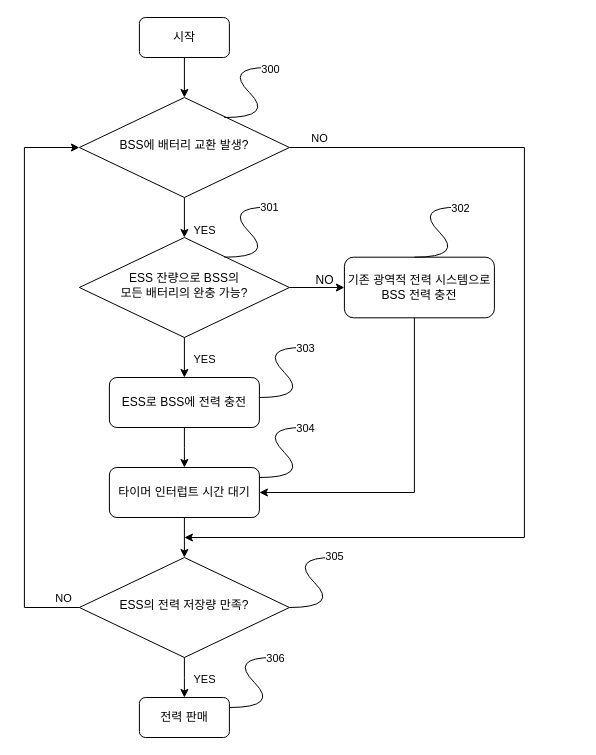
The draw.io diagram BSS-순서도.drawio in ChanY00/-, before the edit. Source tidied: cells renumbered, new cells numbered last; positions are measured from the earlier drawing's top-left corner, leaving out a move shared by most shapes. Both pictures are drawn from the tidied source at 100%, with x=0, y=0 at pixel (24, 17).
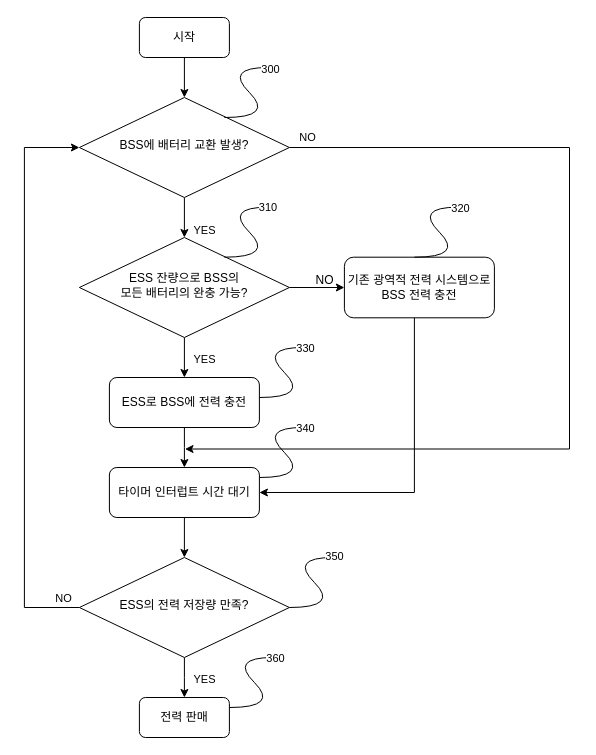
The same diagram, later.

Commit message (it also covers changes not shown here):
BSS-순서도.drawio 업데이트

The change refers to these unchanged cells:
```xml
<mxCell id="12" style="curved=1;endArrow=classic;html=1;rounded=0;" parent="1" edge="1">
  <mxGeometry relative="1" as="geometry">
    <mxPoint x="199.9" y="239.7" as="sourcePoint" />
    <mxPoint x="249.9" y="189.7" as="targetPoint" />
    <Array as="points">
      <mxPoint x="249.9" y="239.7" />
      <mxPoint x="199.9" y="189.7" />
    </Array>
  </mxGeometry>
</mxCell>
<mxCell id="14" style="curved=1;endArrow=classic;html=1;rounded=0;" parent="1" edge="1">
  <mxGeometry relative="1" as="geometry">
    <mxPoint x="389.9" y="239.7" as="sourcePoint" />
    <mxPoint x="439.9" y="189.7" as="targetPoint" />
    <Array as="points">
      <mxPoint x="439.9" y="239.7" />
      <mxPoint x="389.9" y="189.7" />
    </Array>
  </mxGeometry>
</mxCell>
<mxCell id="29" value="BSS에 배터리 교환 발생?" style="rhombus;whiteSpace=wrap;html=1;shadow=0;fontFamily=Helvetica;fontSize=12;align=center;strokeWidth=1;spacing=6;spacingTop=-4;" parent="1" vertex="1">
  <mxGeometry x="54.9" y="80" width="210" height="100" as="geometry" />
</mxCell>
<mxCell id="32" style="curved=1;endArrow=classic;html=1;rounded=0;" parent="1" edge="1">
  <mxGeometry relative="1" as="geometry">
    <mxPoint x="234.9" y="380" as="sourcePoint" />
    <mxPoint x="284.9" y="330" as="targetPoint" />
    <Array as="points">
      <mxPoint x="284.9" y="380" />
      <mxPoint x="234.9" y="330" />
    </Array>
  </mxGeometry>
</mxCell>
<mxCell id="34" style="curved=1;endArrow=classic;html=1;rounded=0;" parent="1" edge="1">
  <mxGeometry relative="1" as="geometry">
    <mxPoint x="234.9" y="460" as="sourcePoint" />
    <mxPoint x="284.9" y="410" as="targetPoint" />
    <Array as="points">
      <mxPoint x="284.9" y="460" />
      <mxPoint x="234.9" y="410" />
    </Array>
  </mxGeometry>
</mxCell>
<mxCell id="36" style="curved=1;endArrow=classic;html=1;rounded=0;" parent="1" edge="1">
  <mxGeometry relative="1" as="geometry">
    <mxPoint x="264.9" y="590" as="sourcePoint" />
    <mxPoint x="314.9" y="540" as="targetPoint" />
    <Array as="points">
      <mxPoint x="314.9" y="590" />
      <mxPoint x="264.9" y="540" />
    </Array>
  </mxGeometry>
</mxCell>
<mxCell id="38" style="curved=1;endArrow=classic;html=1;rounded=0;" parent="1" edge="1">
  <mxGeometry relative="1" as="geometry">
    <mxPoint x="204.9" y="690" as="sourcePoint" />
    <mxPoint x="254.9" y="640" as="targetPoint" />
    <Array as="points">
      <mxPoint x="254.9" y="690" />
      <mxPoint x="204.9" y="640" />
    </Array>
  </mxGeometry>
</mxCell>
```

What changed in the source:
```diff
@@
-    <mxCell id="13" value="301" style="edgeLabel;html=1;align=center;verticalAlign=middle;" parent="12" vertex="1">
+    <mxCell id="13" value="310&amp;nbsp;" style="edgeLabel;html=1;align=center;verticalAlign=middle;" parent="12" vertex="1">
       <mxGeometry x="0.93" relative="1" as="geometry" />
     </mxCell>
@@
-    <mxCell id="15" value="302" style="edgeLabel;html=1;align=center;verticalAlign=middle;" parent="14" vertex="1">
+    <mxCell id="15" value="320" style="edgeLabel;html=1;align=center;verticalAlign=middle;" parent="14" vertex="1">
       <mxGeometry x="0.95" y="-1" relative="1" as="geometry" />
     </mxCell>
@@
-    <mxCell id="27" style="edgeStyle=orthogonalEdgeStyle;rounded=0;jettySize=auto;html=1;" parent="1" edge="1" source="29">
-      <mxGeometry relative="1" as="geometry">
-        <mxPoint x="159.9" y="520" as="targetPoint" />
-        <Array as="points">
-          <mxPoint x="499.9" y="130" />
-          <mxPoint x="499.9" y="520" />
-        </Array>
-      </mxGeometry>
-    </mxCell>
+    <mxCell id="40" style="edgeStyle=orthogonalEdgeStyle;rounded=0;jettySize=auto;html=1;exitX=1;exitY=0.5;exitDx=0;exitDy=0;" parent="1" edge="1" source="29">
+      <mxGeometry relative="1" as="geometry">
+        <mxPoint x="160.5" y="431.5" as="targetPoint" />
+        <Array as="points">
+          <mxPoint x="545" y="130" />
+          <mxPoint x="545" y="432" />
+        </Array>
+      </mxGeometry>
+    </mxCell>
-    <mxCell id="28" value="NO" style="edgeLabel;html=1;align=center;verticalAlign=middle;" parent="27" vertex="1">
-      <mxGeometry x="-0.93" y="1" relative="1" as="geometry">
-        <mxPoint x="-4" y="-9" as="offset" />
+    <mxCell id="28" value="NO" style="edgeLabel;html=1;align=center;verticalAlign=middle;" parent="40" vertex="1">
+      <mxGeometry x="-0.96" y="1" relative="1" as="geometry">
+        <mxPoint x="-1" y="-10" as="offset" />
       </mxGeometry>
     </mxCell>
@@
-    <mxCell id="33" value="303" style="edgeLabel;html=1;align=center;verticalAlign=middle;" parent="32" vertex="1">
+    <mxCell id="33" value="330" style="edgeLabel;html=1;align=center;verticalAlign=middle;" parent="32" vertex="1">
       <mxGeometry x="0.95" relative="1" as="geometry" />
     </mxCell>
@@
-    <mxCell id="35" value="304" style="edgeLabel;html=1;align=center;verticalAlign=middle;" parent="34" vertex="1">
+    <mxCell id="35" value="340" style="edgeLabel;html=1;align=center;verticalAlign=middle;" parent="34" vertex="1">
       <mxGeometry x="0.94" relative="1" as="geometry" />
     </mxCell>
@@
-    <mxCell id="37" value="305" style="edgeLabel;html=1;align=center;verticalAlign=middle;" parent="36" vertex="1">
+    <mxCell id="37" value="350" style="edgeLabel;html=1;align=center;verticalAlign=middle;" parent="36" vertex="1">
       <mxGeometry x="0.93" y="2" relative="1" as="geometry" />
     </mxCell>
@@
-    <mxCell id="39" value="306" style="edgeLabel;html=1;align=center;verticalAlign=middle;" parent="38" vertex="1">
+    <mxCell id="39" value="360" style="edgeLabel;html=1;align=center;verticalAlign=middle;" parent="38" vertex="1">
       <mxGeometry x="0.95" relative="1" as="geometry" />
     </mxCell>
```
